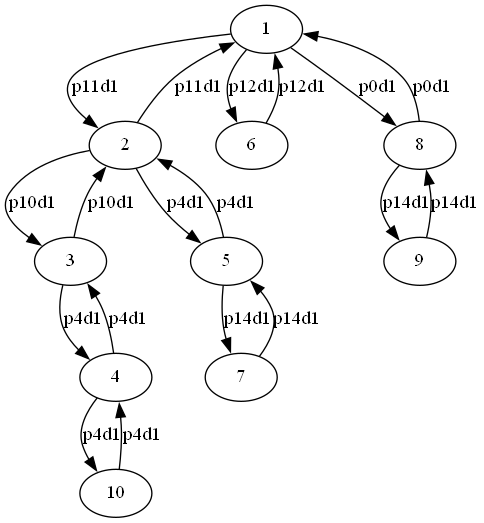
The Graphviz diagram render/Graphe.gv.png in Bilg4me/ensae-prog23, before a commit. Its source is kept beside it as render/Graphe.gv. Its diagram source:
```dot
digraph {
	1 -> 2 [label=p11d1 color=black]
	1 -> 6 [label=p12d1 color=black]
	1 -> 8 [label=p0d1 color=black]
	2 -> 1 [label=p11d1 color=black]
	2 -> 3 [label=p10d1 color=black]
	2 -> 5 [label=p4d1 color=black]
	3 -> 2 [label=p10d1 color=black]
	3 -> 4 [label=p4d1 color=black]
	4 -> 3 [label=p4d1 color=black]
	4 -> 10 [label=p4d1 color=black]
	5 -> 2 [label=p4d1 color=black]
	5 -> 7 [label=p14d1 color=black]
	6 -> 1 [label=p12d1 color=black]
	7 -> 5 [label=p14d1 color=black]
	8 -> 1 [label=p0d1 color=black]
	8 -> 9 [label=p14d1 color=black]
	9 -> 8 [label=p14d1 color=black]
	10 -> 4 [label=p4d1 color=black]
}
```
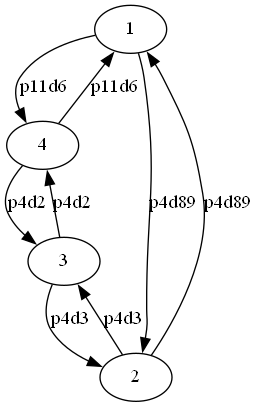
After the commit.

What changed in the source:
```diff
@@ -1,20 +1,10 @@
 digraph {
-	1 -> 2 [label=p11d1 color=black]
-	1 -> 6 [label=p12d1 color=black]
-	1 -> 8 [label=p0d1 color=black]
-	2 -> 1 [label=p11d1 color=black]
-	2 -> 3 [label=p10d1 color=black]
-	2 -> 5 [label=p4d1 color=black]
-	3 -> 2 [label=p10d1 color=black]
-	3 -> 4 [label=p4d1 color=black]
-	4 -> 3 [label=p4d1 color=black]
-	4 -> 10 [label=p4d1 color=black]
-	5 -> 2 [label=p4d1 color=black]
-	5 -> 7 [label=p14d1 color=black]
-	6 -> 1 [label=p12d1 color=black]
-	7 -> 5 [label=p14d1 color=black]
-	8 -> 1 [label=p0d1 color=black]
-	8 -> 9 [label=p14d1 color=black]
-	9 -> 8 [label=p14d1 color=black]
-	10 -> 4 [label=p4d1 color=black]
+	1 -> 4 [label=p11d6 color=black]
+	1 -> 2 [label=p4d89 color=black]
+	2 -> 3 [label=p4d3 color=black]
+	2 -> 1 [label=p4d89 color=black]
+	3 -> 2 [label=p4d3 color=black]
+	3 -> 4 [label=p4d2 color=black]
+	4 -> 3 [label=p4d2 color=black]
+	4 -> 1 [label=p11d6 color=black]
 }
```
